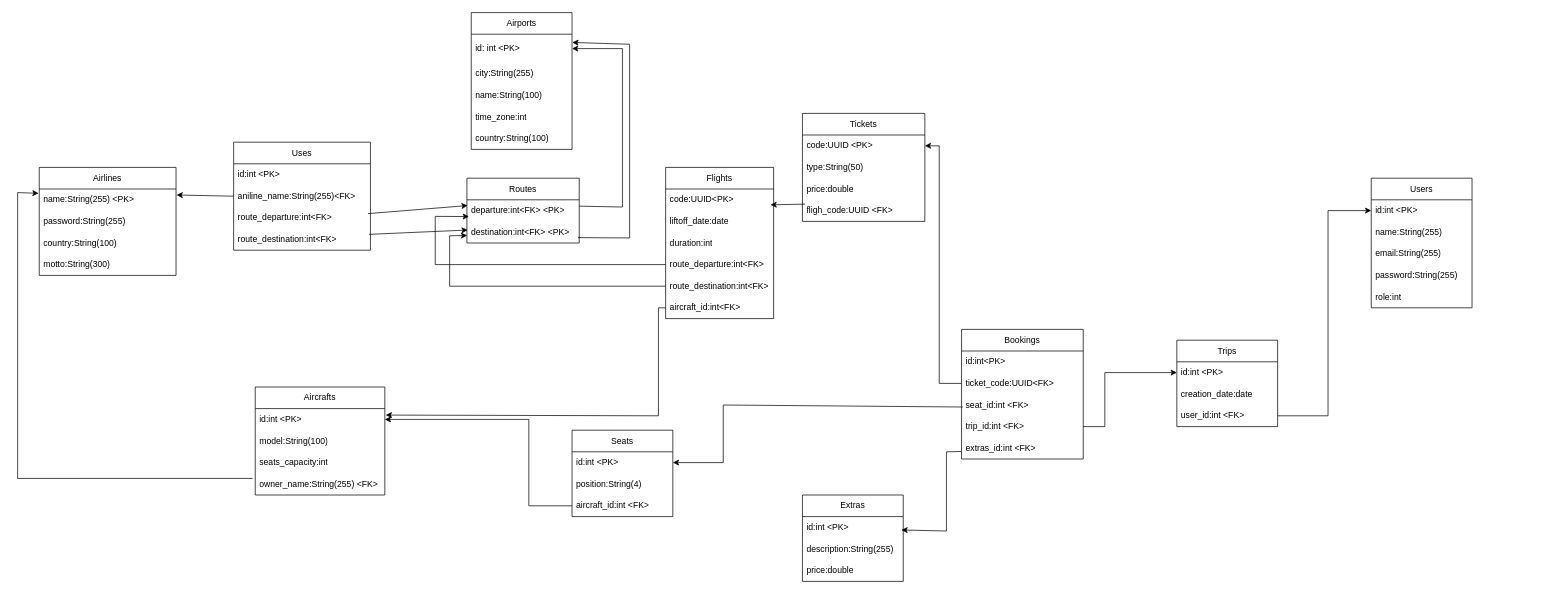
Earlier version of the draw.io diagram backend/database/TAWdb.drawio (CunioloRaffaele/TAW). Source tidied: cells renumbered, new cells numbered last; positions are measured from the earlier drawing's top-left corner, leaving out a move shared by most shapes. Both pictures are drawn from the tidied source at 72%, with x=0, y=0 at pixel (17, 12).
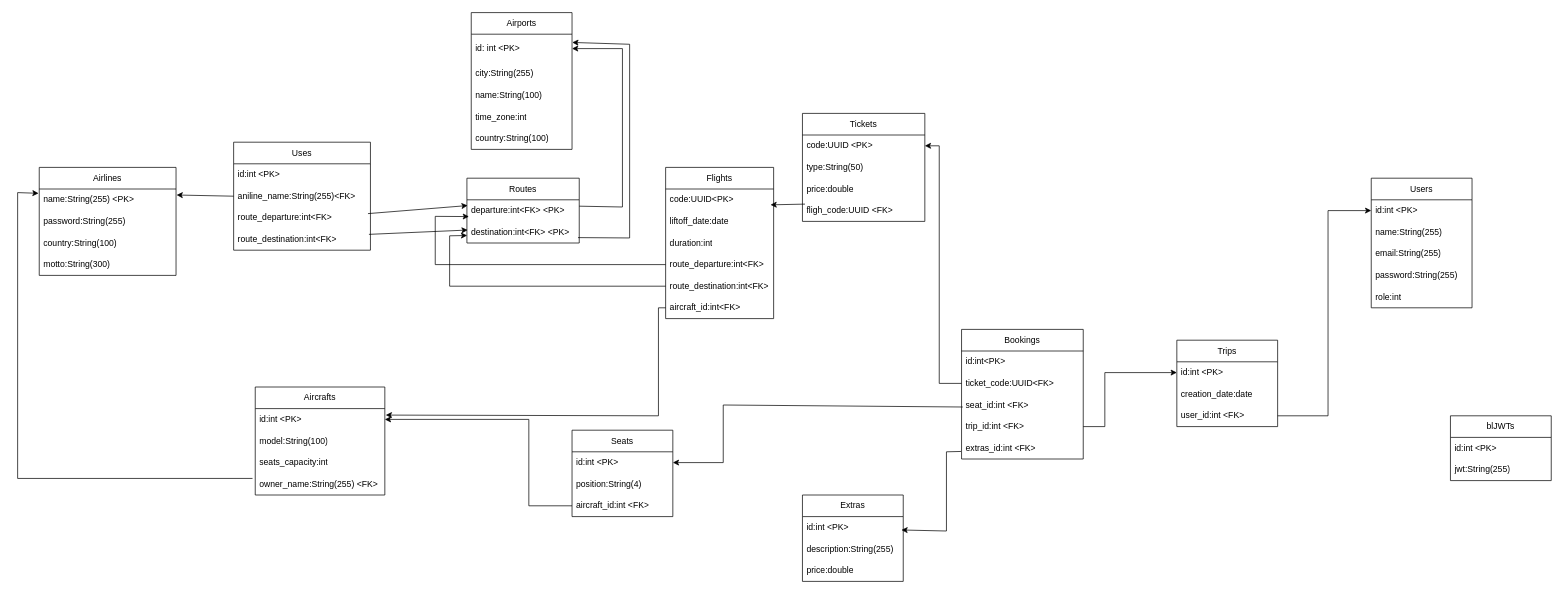
The same page after the edit.

Change to the diagram source:
```diff
@@
+    <mxCell id="78" value="blJWTs" style="swimlane;fontStyle=0;horizontal=1;startSize=30;whiteSpace=wrap;html=1;" parent="1" vertex="1">
+      <mxGeometry x="1990" y="560" width="140" height="90" as="geometry" />
+    </mxCell>
+    <mxCell id="79" value="id:int &amp;lt;PK&amp;gt;" style="text;strokeColor=none;fillColor=none;align=left;verticalAlign=middle;spacingLeft=4;spacingRight=4;overflow=hidden;whiteSpace=wrap;html=1;" parent="78" vertex="1">
+      <mxGeometry y="30" width="140" height="30" as="geometry" />
+    </mxCell>
+    <mxCell id="80" value="jwt:String(255)" style="text;strokeColor=none;fillColor=none;align=left;verticalAlign=middle;spacingLeft=4;spacingRight=4;overflow=hidden;whiteSpace=wrap;html=1;" parent="78" vertex="1">
+      <mxGeometry y="60" width="140" height="30" as="geometry" />
+    </mxCell>
```
